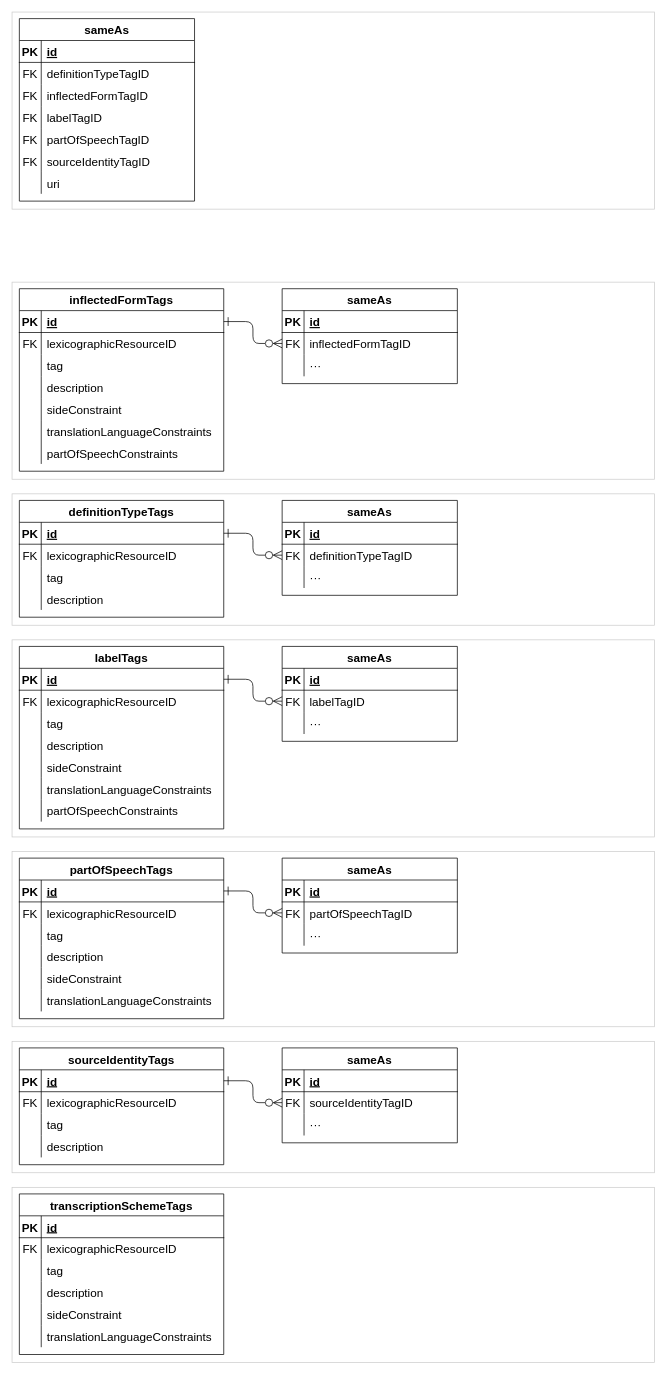
Above: dmlex-v1.0/specification/modules/values/databaseDiagrams/diagrams.drawio in oasis-tcs/lexidma (draw.io), before the change. Source tidied: cells renumbered, new cells numbered last; positions are measured from the earlier drawing's top-left corner, leaving out a move shared by most shapes. Both pictures are drawn from the tidied source at 73%, with x=0, y=0 at pixel (12, 12).
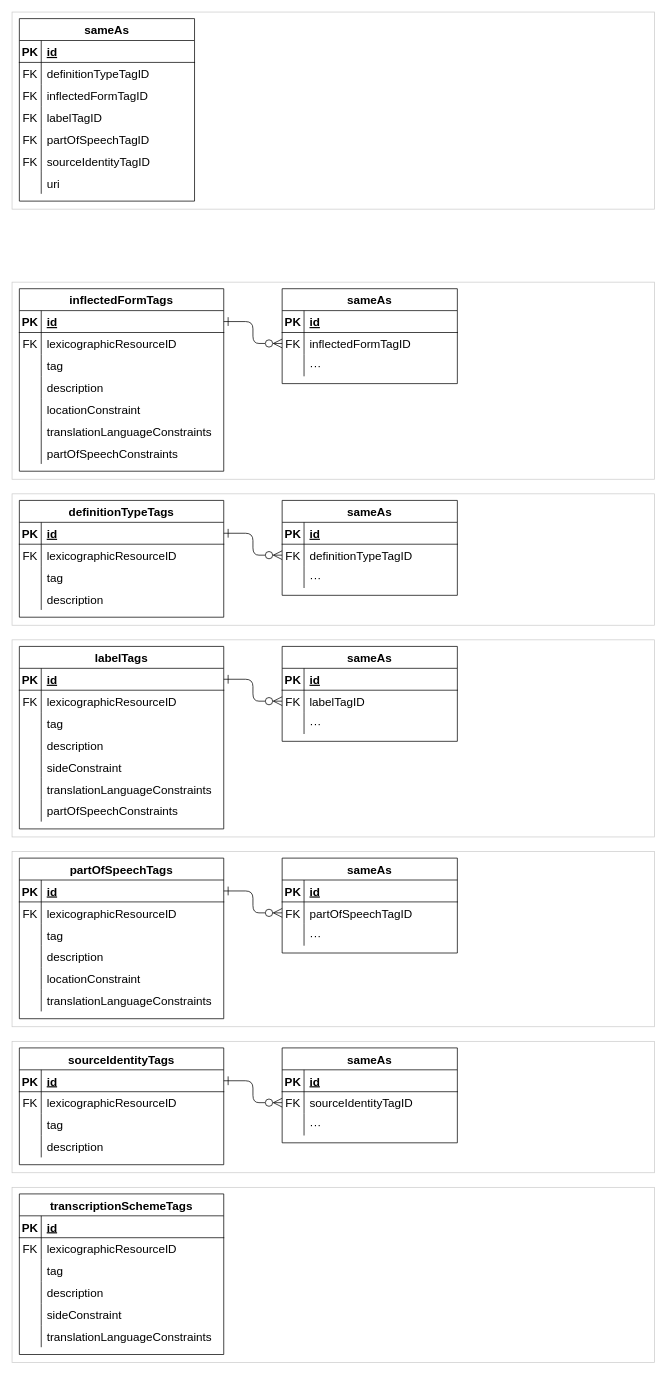
After the change.

The change refers to these unchanged cells:
```xml
<mxCell id="17" style="shape=tableRow;horizontal=0;startSize=0;swimlaneHead=0;swimlaneBody=0;fillColor=none;top=0;left=0;right=0;bottom=0;fontSize=16;" parent="4" vertex="1">
  <mxGeometry y="150" width="280" height="30" as="geometry" />
</mxCell>
<mxCell id="132" style="shape=tableRow;horizontal=0;startSize=0;swimlaneHead=0;swimlaneBody=0;fillColor=none;top=0;left=0;right=0;bottom=0;fontSize=16;" parent="119" vertex="1">
  <mxGeometry y="150" width="280" height="30" as="geometry" />
</mxCell>
```

The edit, as a diff of the source:
```diff
@@
-    <mxCell id="19" value="sideConstraint" style="shape=partialRectangle;fillColor=none;top=0;left=0;bottom=0;right=0;align=left;spacingLeft=6;overflow=hidden;fontSize=16;" parent="17" vertex="1">
+    <mxCell id="19" value="locationConstraint" style="shape=partialRectangle;fillColor=none;top=0;left=0;bottom=0;right=0;align=left;spacingLeft=6;overflow=hidden;fontSize=16;" parent="17" vertex="1">
       <mxGeometry x="30" width="250" height="30" as="geometry" />
     </mxCell>
@@
-    <mxCell id="134" value="sideConstraint" style="shape=partialRectangle;fillColor=none;top=0;left=0;bottom=0;right=0;align=left;spacingLeft=6;overflow=hidden;fontSize=16;" parent="132" vertex="1">
+    <mxCell id="134" value="locationConstraint" style="shape=partialRectangle;fillColor=none;top=0;left=0;bottom=0;right=0;align=left;spacingLeft=6;overflow=hidden;fontSize=16;" parent="132" vertex="1">
       <mxGeometry x="30" width="250" height="30" as="geometry" />
     </mxCell>
```
